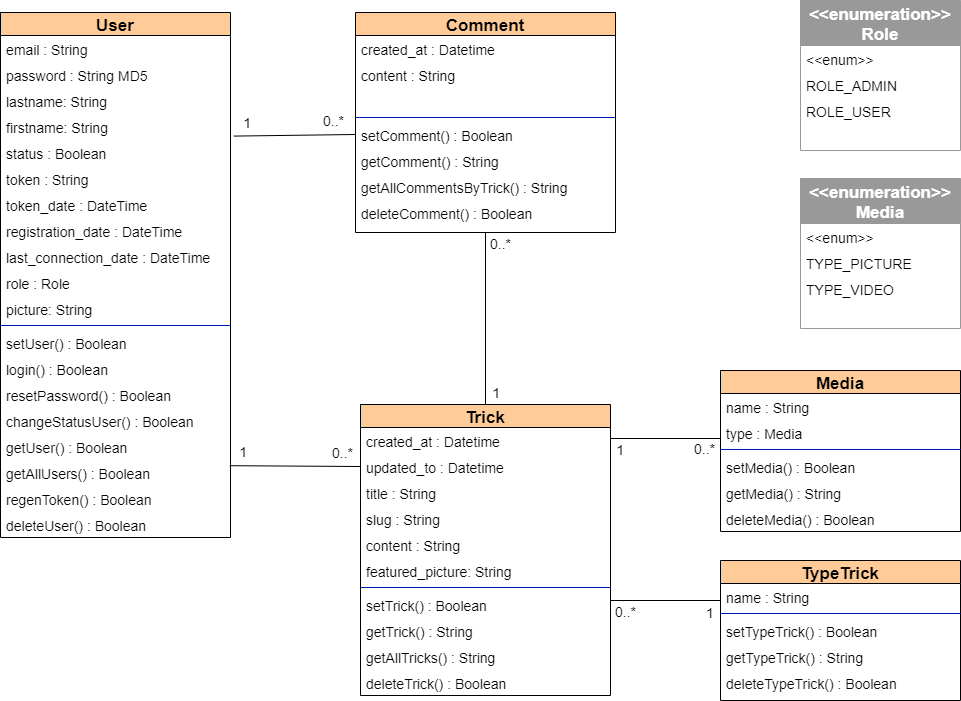
Before: diagrams/P6_UML_DiagrammeClasses.drawio.png, a diagram exported from draw.io (siakamansaly/Community_Website_with_Symfony). Source tidied: cells renumbered, new cells last; positions are measured from the earlier drawing's top-left corner, leaving out a move shared by most shapes.
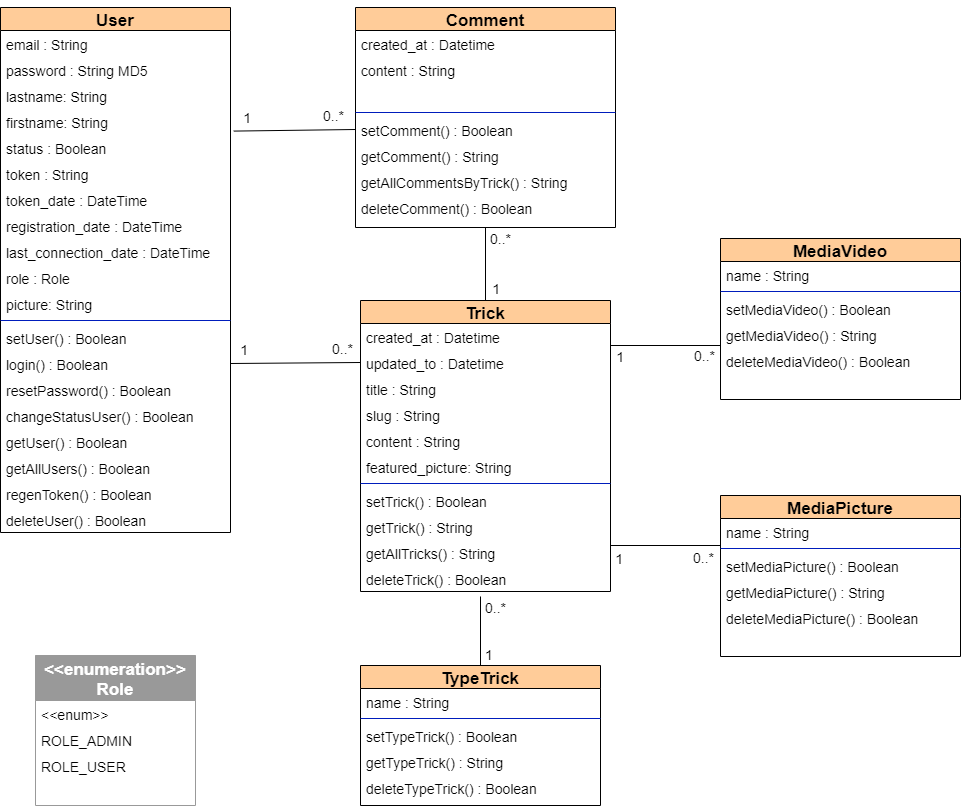
The same diagram one commit later.

Diff of the diagram source:
```diff
@@ -66,7 +66,7 @@
       <mxGeometry y="499" width="230" height="26" as="geometry" />
     </mxCell>
     <mxCell id="23" value="Trick" style="swimlane;fontStyle=1;align=center;verticalAlign=middle;horizontal=1;startSize=23;strokeWidth=1;fontColor=#000000;strokeColor=#000000;fillColor=#FFCC99;spacingTop=-1;spacingLeft=3;spacingRight=3;fontSize=17;" parent="1" vertex="1">
-      <mxGeometry x="360" y="404" width="250" height="291" as="geometry" />
+      <mxGeometry x="360" y="305" width="250" height="291" as="geometry" />
     </mxCell>
     <mxCell id="24" value="created_at : Datetime" style="text;align=left;verticalAlign=top;spacingLeft=4;spacingRight=4;overflow=hidden;fontSize=14;" parent="23" vertex="1">
       <mxGeometry y="23" width="250" height="26" as="geometry" />
@@ -102,7 +102,7 @@
       <mxGeometry y="265" width="250" height="26" as="geometry" />
     </mxCell>
     <mxCell id="35" value="&lt;&lt;enumeration&gt;&gt;&#10;Role" style="swimlane;fontStyle=1;align=center;verticalAlign=middle;horizontal=1;startSize=45;strokeWidth=1;fontColor=#ffffff;strokeColor=#999999;fillColor=#999999;spacingTop=-1;spacingLeft=3;spacingRight=3;fontSize=17;" parent="1" vertex="1">
-      <mxGeometry x="800" width="160" height="150" as="geometry" />
+      <mxGeometry x="35" y="660" width="160" height="150" as="geometry" />
     </mxCell>
     <mxCell id="36" value="&lt;&lt;enum&gt;&gt;" style="text;align=left;verticalAlign=top;spacingLeft=4;spacingRight=4;overflow=hidden;fontSize=14;" parent="35" vertex="1">
       <mxGeometry y="45" width="160" height="26" as="geometry" />
@@ -113,7 +113,7 @@
     <mxCell id="38" value="ROLE_USER" style="text;align=left;verticalAlign=top;spacingLeft=4;spacingRight=4;overflow=hidden;fontSize=14;" parent="35" vertex="1">
       <mxGeometry y="97" width="160" height="26" as="geometry" />
     </mxCell>
-    <mxCell id="39" style="endArrow=none;html=1;rounded=0;fontSize=14;exitX=0;exitY=0.5;exitDx=0;exitDy=0;entryX=0.997;entryY=0.238;entryDx=0;entryDy=0;entryPerimeter=0;" parent="1" edge="1" source="25" target="20">
+    <mxCell id="39" style="endArrow=none;html=1;rounded=0;fontSize=14;exitX=0;exitY=0.5;exitDx=0;exitDy=0;entryX=1;entryY=0.5;entryDx=0;entryDy=0;" parent="1" edge="1" source="25" target="16">
       <mxGeometry relative="1" as="geometry" />
     </mxCell>
     <mxCell id="40" value="0..*" style="html=1;align=left;verticalAlign=bottom;fontSize=14;" parent="39" vertex="1">
@@ -182,31 +182,28 @@
         <mxPoint x="15" y="-1" as="offset" />
       </mxGeometry>
     </mxCell>
-    <mxCell id="58" value="Media" style="swimlane;fontStyle=1;align=center;verticalAlign=middle;horizontal=1;startSize=23;strokeWidth=1;fontColor=#000000;strokeColor=#000000;fillColor=#FFCC99;spacingTop=-1;spacingLeft=3;spacingRight=3;fontSize=17;" parent="1" vertex="1">
-      <mxGeometry x="720" y="370" width="240" height="161" as="geometry" />
+    <mxCell id="58" value="MediaVideo" style="swimlane;fontStyle=1;align=center;verticalAlign=middle;horizontal=1;startSize=23;strokeWidth=1;fontColor=#000000;strokeColor=#000000;fillColor=#FFCC99;spacingTop=-1;spacingLeft=3;spacingRight=3;fontSize=17;" parent="1" vertex="1">
+      <mxGeometry x="720" y="243" width="240" height="161" as="geometry" />
     </mxCell>
     <mxCell id="59" value="name : String" style="text;align=left;verticalAlign=top;spacingLeft=4;spacingRight=4;overflow=hidden;fontSize=14;" parent="58" vertex="1">
       <mxGeometry y="23" width="240" height="26" as="geometry" />
     </mxCell>
-    <mxCell id="60" value="type : Media" style="text;align=left;verticalAlign=top;spacingLeft=4;spacingRight=4;overflow=hidden;fontSize=14;" parent="58" vertex="1">
-      <mxGeometry y="49" width="240" height="26" as="geometry" />
-    </mxCell>
     <mxCell id="61" style="line;html=1;strokeWidth=1;align=left;verticalAlign=middle;spacingTop=-1;spacingLeft=3;spacingRight=3;labelPosition=right;fontColor=#ffffff;strokeColor=#001DBC;fillColor=#0050ef;fontSize=14;" parent="58" vertex="1">
-      <mxGeometry y="75" width="240" height="8" as="geometry" />
+      <mxGeometry y="49" width="240" height="8" as="geometry" />
     </mxCell>
-    <mxCell id="62" value="setMedia() : Boolean" style="text;align=left;verticalAlign=top;spacingLeft=4;spacingRight=4;overflow=hidden;fontSize=14;" parent="58" vertex="1">
-      <mxGeometry y="83" width="240" height="26" as="geometry" />
+    <mxCell id="62" value="setMediaVideo() : Boolean" style="text;align=left;verticalAlign=top;spacingLeft=4;spacingRight=4;overflow=hidden;fontSize=14;" parent="58" vertex="1">
+      <mxGeometry y="57" width="240" height="26" as="geometry" />
     </mxCell>
-    <mxCell id="63" value="getMedia() : String" style="text;align=left;verticalAlign=top;spacingLeft=4;spacingRight=4;overflow=hidden;fontSize=14;" parent="58" vertex="1">
-      <mxGeometry y="109" width="240" height="26" as="geometry" />
+    <mxCell id="63" value="getMediaVideo() : String" style="text;align=left;verticalAlign=top;spacingLeft=4;spacingRight=4;overflow=hidden;fontSize=14;" parent="58" vertex="1">
+      <mxGeometry y="83" width="240" height="26" as="geometry" />
     </mxCell>
-    <mxCell id="64" value="deleteMedia() : Boolean" style="text;align=left;verticalAlign=top;spacingLeft=4;spacingRight=4;overflow=hidden;fontSize=14;" parent="58" vertex="1">
-      <mxGeometry y="135" width="240" height="26" as="geometry" />
+    <mxCell id="64" value="deleteMediaVideo() : Boolean" style="text;align=left;verticalAlign=top;spacingLeft=4;spacingRight=4;overflow=hidden;fontSize=14;" parent="58" vertex="1">
+      <mxGeometry y="109" width="240" height="26" as="geometry" />
     </mxCell>
     <mxCell id="65" style="endArrow=none;html=1;rounded=0;entryX=1;entryY=0.5;entryDx=0;entryDy=0;fontSize=14;" parent="1" edge="1">
       <mxGeometry relative="1" as="geometry">
-        <mxPoint x="720" y="438" as="sourcePoint" />
-        <mxPoint x="610" y="438" as="targetPoint" />
+        <mxPoint x="720" y="350" as="sourcePoint" />
+        <mxPoint x="610" y="350" as="targetPoint" />
       </mxGeometry>
     </mxCell>
     <mxCell id="66" value="0..*" style="html=1;align=left;verticalAlign=bottom;fontSize=14;" parent="65" vertex="1">
@@ -219,20 +216,8 @@
         <mxPoint x="14" y="22" as="offset" />
       </mxGeometry>
     </mxCell>
-    <mxCell id="68" value="&lt;&lt;enumeration&gt;&gt;&#10;Media" style="swimlane;fontStyle=1;align=center;verticalAlign=middle;horizontal=1;startSize=45;strokeWidth=1;fontColor=#ffffff;strokeColor=#999999;fillColor=#999999;spacingTop=-1;spacingLeft=3;spacingRight=3;fontSize=17;" parent="1" vertex="1">
-      <mxGeometry x="800" y="178" width="160" height="150" as="geometry" />
-    </mxCell>
-    <mxCell id="69" value="&lt;&lt;enum&gt;&gt;" style="text;align=left;verticalAlign=top;spacingLeft=4;spacingRight=4;overflow=hidden;fontSize=14;" parent="68" vertex="1">
-      <mxGeometry y="45" width="160" height="26" as="geometry" />
-    </mxCell>
-    <mxCell id="70" value="TYPE_PICTURE" style="text;align=left;verticalAlign=top;spacingLeft=4;spacingRight=4;overflow=hidden;fontSize=14;" parent="68" vertex="1">
-      <mxGeometry y="71" width="160" height="26" as="geometry" />
-    </mxCell>
-    <mxCell id="71" value="TYPE_VIDEO" style="text;align=left;verticalAlign=top;spacingLeft=4;spacingRight=4;overflow=hidden;fontSize=14;" parent="68" vertex="1">
-      <mxGeometry y="97" width="160" height="26" as="geometry" />
-    </mxCell>
     <mxCell id="72" value="TypeTrick" style="swimlane;fontStyle=1;align=center;verticalAlign=middle;horizontal=1;startSize=23;strokeWidth=1;fontColor=#000000;strokeColor=#000000;fillColor=#FFCC99;spacingTop=-1;spacingLeft=3;spacingRight=3;fontSize=17;" parent="1" vertex="1">
-      <mxGeometry x="720" y="560" width="240" height="140" as="geometry" />
+      <mxGeometry x="360" y="670" width="240" height="140" as="geometry" />
     </mxCell>
     <mxCell id="73" value="name : String" style="text;align=left;verticalAlign=top;spacingLeft=4;spacingRight=4;overflow=hidden;fontSize=14;" parent="72" vertex="1">
       <mxGeometry y="23" width="240" height="26" as="geometry" />
@@ -249,15 +234,12 @@
     <mxCell id="77" value="deleteTypeTrick() : Boolean" style="text;align=left;verticalAlign=top;spacingLeft=4;spacingRight=4;overflow=hidden;fontSize=14;" parent="72" vertex="1">
       <mxGeometry y="109" width="240" height="26" as="geometry" />
     </mxCell>
-    <mxCell id="78" style="endArrow=none;html=1;rounded=0;entryX=1;entryY=0.5;entryDx=0;entryDy=0;fontSize=14;" parent="1" edge="1">
-      <mxGeometry relative="1" as="geometry">
-        <mxPoint x="720" y="600" as="sourcePoint" />
-        <mxPoint x="610" y="600" as="targetPoint" />
-      </mxGeometry>
+    <mxCell id="78" style="endArrow=none;html=1;rounded=0;entryX=0.48;entryY=1.192;entryDx=0;entryDy=0;fontSize=14;entryPerimeter=0;exitX=0.5;exitY=0;exitDx=0;exitDy=0;" parent="1" edge="1" source="72" target="34">
+      <mxGeometry relative="1" as="geometry" />
     </mxCell>
     <mxCell id="79" value="1" style="html=1;align=left;verticalAlign=bottom;fontSize=14;" parent="78" vertex="1">
       <mxGeometry x="-1" relative="1" as="geometry">
-        <mxPoint x="-16" y="23" as="offset" />
+        <mxPoint x="3" as="offset" />
       </mxGeometry>
     </mxCell>
     <mxCell id="80" value="&lt;span style=&quot;text-align: left&quot;&gt;0..*&lt;/span&gt;" style="html=1;align=right;verticalAlign=bottom;fontSize=14;" parent="78" vertex="1">
@@ -265,5 +247,39 @@
         <mxPoint x="26" y="22" as="offset" />
       </mxGeometry>
     </mxCell>
+    <mxCell id="81" value="MediaPicture" style="swimlane;fontStyle=1;align=center;verticalAlign=middle;horizontal=1;startSize=23;strokeWidth=1;fontColor=#000000;strokeColor=#000000;fillColor=#FFCC99;spacingTop=-1;spacingLeft=3;spacingRight=3;fontSize=17;" parent="1" vertex="1">
+      <mxGeometry x="720" y="500" width="240" height="161" as="geometry" />
+    </mxCell>
+    <mxCell id="82" value="name : String" style="text;align=left;verticalAlign=top;spacingLeft=4;spacingRight=4;overflow=hidden;fontSize=14;" parent="81" vertex="1">
+      <mxGeometry y="23" width="240" height="26" as="geometry" />
+    </mxCell>
+    <mxCell id="83" style="line;html=1;strokeWidth=1;align=left;verticalAlign=middle;spacingTop=-1;spacingLeft=3;spacingRight=3;labelPosition=right;fontColor=#ffffff;strokeColor=#001DBC;fillColor=#0050ef;fontSize=14;" parent="81" vertex="1">
+      <mxGeometry y="49" width="240" height="8" as="geometry" />
+    </mxCell>
+    <mxCell id="84" value="setMediaPicture() : Boolean" style="text;align=left;verticalAlign=top;spacingLeft=4;spacingRight=4;overflow=hidden;fontSize=14;" parent="81" vertex="1">
+      <mxGeometry y="57" width="240" height="26" as="geometry" />
+    </mxCell>
+    <mxCell id="85" value="getMediaPicture() : String" style="text;align=left;verticalAlign=top;spacingLeft=4;spacingRight=4;overflow=hidden;fontSize=14;" parent="81" vertex="1">
+      <mxGeometry y="83" width="240" height="26" as="geometry" />
+    </mxCell>
+    <mxCell id="86" value="deleteMediaPicture() : Boolean" style="text;align=left;verticalAlign=top;spacingLeft=4;spacingRight=4;overflow=hidden;fontSize=14;" parent="81" vertex="1">
+      <mxGeometry y="109" width="240" height="26" as="geometry" />
+    </mxCell>
+    <mxCell id="87" style="endArrow=none;html=1;rounded=0;fontSize=14;entryX=1;entryY=0.5;entryDx=0;entryDy=0;" parent="1" edge="1">
+      <mxGeometry relative="1" as="geometry">
+        <mxPoint x="720" y="550" as="sourcePoint" />
+        <mxPoint x="610" y="550" as="targetPoint" />
+      </mxGeometry>
+    </mxCell>
+    <mxCell id="88" value="0..*" style="html=1;align=left;verticalAlign=bottom;fontSize=14;" parent="87" vertex="1">
+      <mxGeometry x="-1" relative="1" as="geometry">
+        <mxPoint x="-29" y="23" as="offset" />
+      </mxGeometry>
+    </mxCell>
+    <mxCell id="89" value="1" style="html=1;align=right;verticalAlign=bottom;fontSize=14;" parent="87" vertex="1">
+      <mxGeometry x="1" relative="1" as="geometry">
+        <mxPoint x="13" y="24" as="offset" />
+      </mxGeometry>
+    </mxCell>
   </root>
 </mxGraphModel>
```
